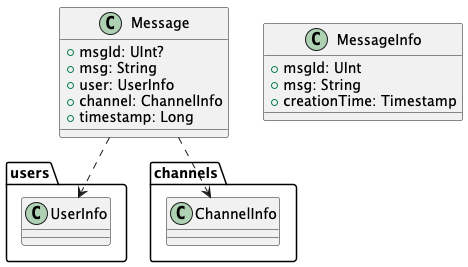
Above: docs/umls/domain/model/MessagesUml.png in Brgm37/Multi-user-Instant-Messaging-system (PlantUML), before the change. Source of this version:
```plantuml
@startuml
class Message
{
    + msgId: UInt?
    + msg: String
    + user: UserInfo
    + channel: ChannelInfo
    + timestamp: Long
}

class MessageInfo
{
    + msgId: UInt
    + msg: String
    + creationTime: Timestamp
}

namespace users {
    class UserInfo
}

namespace channels {
    class ChannelInfo
}

Message ..> UserInfo
Message ..> ChannelInfo

@enduml
```
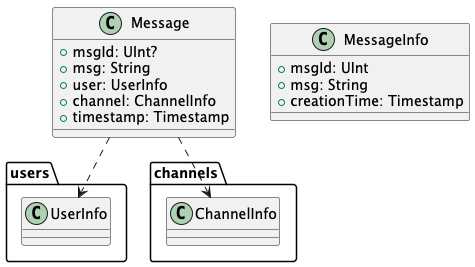
After the change.

Diff of the diagram source:
```diff
@@ -5,7 +5,7 @@
     + msg: String
     + user: UserInfo
     + channel: ChannelInfo
-    + timestamp: Long
+    + timestamp: Timestamp
 }
 
 class MessageInfo
```
